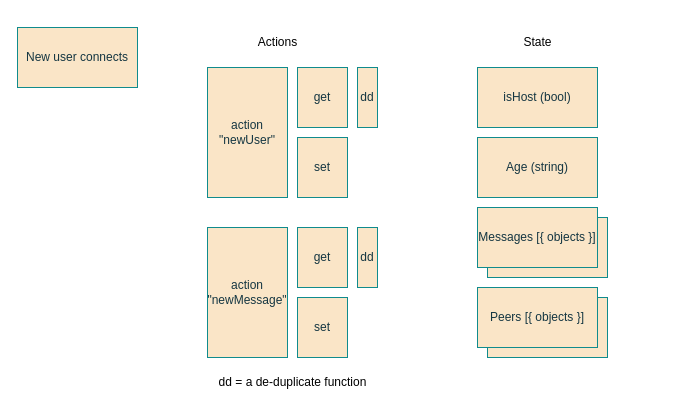
This is dev/AstroChat.drawio from StinkyDubeau/dubeau-dot-org, a draw.io file, before an edit. Source tidied: cells renumbered, new cells numbered last; positions are measured from the earlier drawing's top-left corner, leaving out a move shared by most shapes. Both pictures are drawn from the tidied source at 100%, with x=0, y=0 at pixel (17, 27).
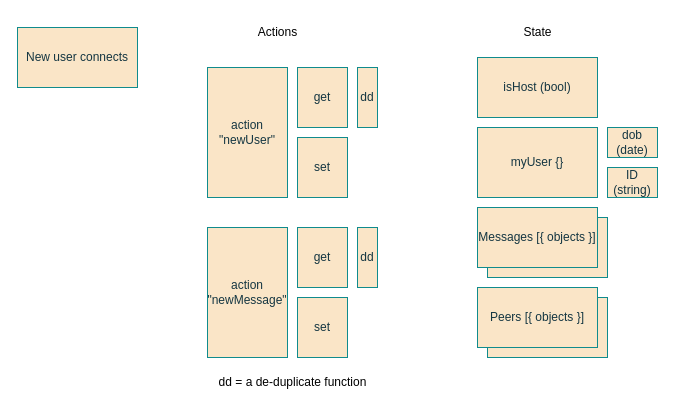
The same page after the edit.

Commit message (it also covers changes not shown here):
Create user object, rather than merely storing an ID. User object contains date of login, user id, and optional nickname

The edit, as a diff of the source:
```diff
@@
-    <mxCell id="3" value="Age (string)" style="whiteSpace=wrap;html=1;labelBackgroundColor=none;fillColor=#FAE5C7;strokeColor=#0F8B8D;fontColor=#143642;" parent="1" vertex="1">
-      <mxGeometry x="460" y="110" width="120" height="60" as="geometry" />
+    <mxCell id="3" value="myUser {}" style="whiteSpace=wrap;html=1;labelBackgroundColor=none;fillColor=#FAE5C7;strokeColor=#0F8B8D;fontColor=#143642;" parent="1" vertex="1">
+      <mxGeometry x="460" y="100" width="120" height="70" as="geometry" />
     </mxCell>
@@
     <mxCell id="6" value="&lt;div&gt;isHost (bool)&lt;/div&gt;" style="whiteSpace=wrap;html=1;labelBackgroundColor=none;fillColor=#FAE5C7;strokeColor=#0F8B8D;fontColor=#143642;" parent="1" vertex="1">
-      <mxGeometry x="460" y="40" width="120" height="60" as="geometry" />
+      <mxGeometry x="460" y="30" width="120" height="60" as="geometry" />
     </mxCell>
@@
     <mxCell id="17" value="Actions" style="text;html=1;align=center;verticalAlign=middle;strokeColor=none;fillColor=none;" parent="1" vertex="1">
-      <mxGeometry x="230" width="60" height="30" as="geometry" />
+      <mxGeometry x="230" y="-10" width="60" height="30" as="geometry" />
     </mxCell>
     <mxCell id="18" value="State" style="text;html=1;align=center;verticalAlign=middle;strokeColor=none;fillColor=none;" parent="1" vertex="1">
-      <mxGeometry x="495" width="50" height="30" as="geometry" />
+      <mxGeometry x="495" y="-10" width="50" height="30" as="geometry" />
     </mxCell>
@@
+    <mxCell id="20" value="dob (date)" style="whiteSpace=wrap;html=1;labelBackgroundColor=none;fillColor=#FAE5C7;strokeColor=#0F8B8D;fontColor=#143642;" parent="1" vertex="1">
+      <mxGeometry x="590" y="100" width="50" height="30" as="geometry" />
+    </mxCell>
+    <mxCell id="21" value="ID&lt;br&gt;(string)" style="whiteSpace=wrap;html=1;labelBackgroundColor=none;fillColor=#FAE5C7;strokeColor=#0F8B8D;fontColor=#143642;" parent="1" vertex="1">
+      <mxGeometry x="590" y="140" width="50" height="30" as="geometry" />
+    </mxCell>
```
